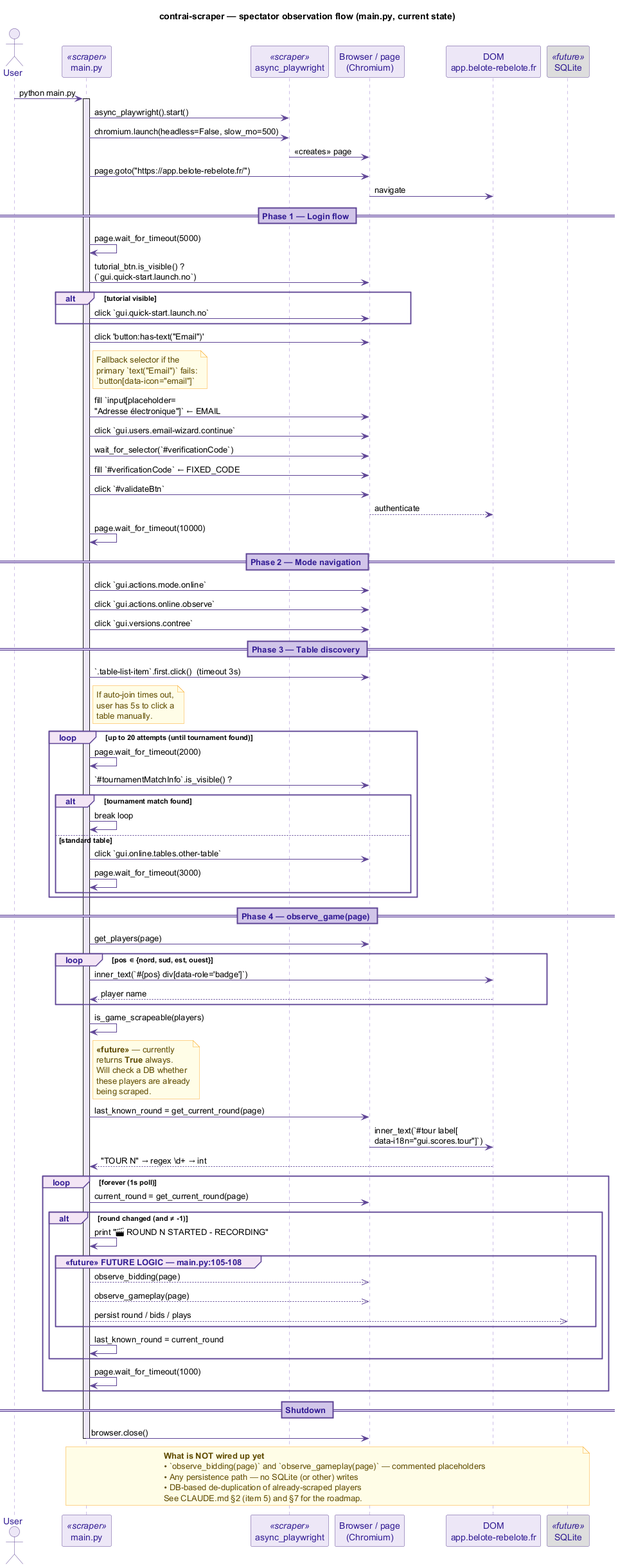
Before: docs/diagrams/seq_scraper.png, a diagram exported from PlantUML (valmathieu/ContrAI). Its diagram source:
```plantuml
@startuml seq_scraper
title contrai-scraper — spectator observation flow (main.py, current state)

skinparam shadowing false
skinparam sequence {
    ArrowColor #5E4495
    LifeLineBorderColor #9B7FCC
    LifeLineBackgroundColor #EDE7F6
    ParticipantBorderColor #5E4495
    ParticipantBackgroundColor #EDE7F6
    ParticipantFontColor #311B92
    ActorBorderColor #5E4495
    ActorBackgroundColor #EDE7F6
    ActorFontColor #311B92
    GroupBorderColor #5E4495
    GroupBackgroundColor #F3E5F5
    GroupHeaderFontColor #311B92
    BoxBorderColor #5E4495
    BoxBackgroundColor #F3E5F5
    DividerBorderColor #5E4495
    DividerBackgroundColor #D1C4E9
    DividerFontColor #311B92
}
skinparam note {
    BackgroundColor #FFFDE7
    BorderColor #F9A825
    FontColor #5F4B00
}

actor "User" as U
participant "main.py" as M <<scraper>>
participant "async_playwright" as P <<scraper>>
participant "Browser / page\n(Chromium)" as B
participant "DOM\napp.belote-rebelote.fr" as D
participant "SQLite" as S <<future>> #DDDDDD

U -> M : python main.py
activate M

M -> P : async_playwright().start()
M -> P : chromium.launch(headless=False, slow_mo=500)
P -> B : <<creates>> page
M -> B : page.goto("https://app.belote-rebelote.fr/")
B -> D : navigate

== Phase 1 — Login flow ==

M -> M : page.wait_for_timeout(5000)
M -> B : tutorial_btn.is_visible() ?\n(`gui.quick-start.launch.no`)
alt tutorial visible
    M -> B : click `gui.quick-start.launch.no`
end

M -> B : click 'button:has-text("Email")'
note right of M
  Fallback selector if the
  primary `text("Email")` fails:
  `button[data-icon="email"]`
end note
M -> B : fill `input[placeholder=\n"Adresse électronique"]` ← EMAIL
M -> B : click `gui.users.email-wizard.continue`
M -> B : wait_for_selector(`#verificationCode`)
M -> B : fill `#verificationCode` ← FIXED_CODE
M -> B : click `#validateBtn`
B --> D : authenticate
M -> M : page.wait_for_timeout(10000)

== Phase 2 — Mode navigation ==

M -> B : click `gui.actions.mode.online`
M -> B : click `gui.actions.online.observe`
M -> B : click `gui.versions.contree`

== Phase 3 — Table discovery ==

M -> B : `.table-list-item`.first.click()  (timeout 3s)
note right of M
  If auto-join times out,
  user has 5s to click a
  table manually.
end note

loop up to 20 attempts (until tournament found)
    M -> M : page.wait_for_timeout(2000)
    M -> B : `#tournamentMatchInfo`.is_visible() ?
    alt tournament match found
        M -> M : break loop
    else standard table
        M -> B : click `gui.online.tables.other-table`
        M -> M : page.wait_for_timeout(3000)
    end
end

== Phase 4 — observe_game(page) ==

M -> B : get_players(page)
loop pos ∈ {nord, sud, est, ouest}
    M -> D : inner_text(`#{pos} div[data-role='badge']`)
    D --> M : player name
end

M -> M : is_game_scrapeable(players)
note right of M
  **<<future>>** — currently
  returns **True** always.
  Will check a DB whether
  these players are already
  being scraped.
end note

M -> B : last_known_round = get_current_round(page)
B -> D : inner_text(`#tour label[\ndata-i18n="gui.scores.tour"]`)
D --> M : "TOUR N" → regex \d+ → int

loop forever (1s poll)
    M -> B : current_round = get_current_round(page)
    alt round changed (and ≠ -1)
        M -> M : print "🎬 ROUND N STARTED - RECORDING"

        group <<future>> FUTURE LOGIC — main.py:105-108
            M -->> B : observe_bidding(page)
            M -->> B : observe_gameplay(page)
            M -->> S : persist round / bids / plays
        end

        M -> M : last_known_round = current_round
    end
    M -> M : page.wait_for_timeout(1000)
end

== Shutdown ==

M -> B : browser.close()
deactivate M

note over M, S
  **What is NOT wired up yet**
  • `observe_bidding(page)` and `observe_gameplay(page)` — commented placeholders
  • Any persistence path — no SQLite (or other) writes
  • DB-based de-duplication of already-scraped players
  See CLAUDE.md §2 (item 5) and §7 for the roadmap.
end note

@enduml
```
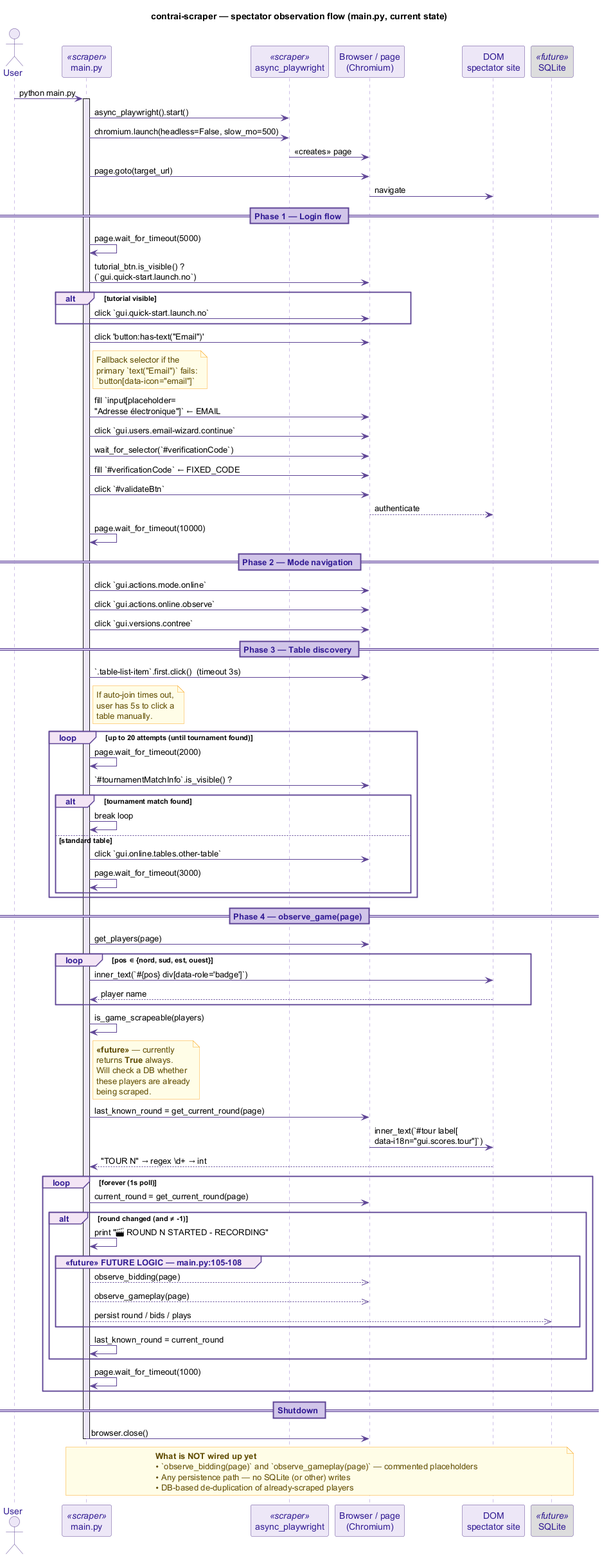
Later version of the same file.

What changed in the source:
```diff
@@ -31,7 +31,7 @@
 participant "main.py" as M <<scraper>>
 participant "async_playwright" as P <<scraper>>
 participant "Browser / page\n(Chromium)" as B
-participant "DOM\napp.belote-rebelote.fr" as D
+participant "DOM\nspectator site" as D
 participant "SQLite" as S <<future>> #DDDDDD
 
 U -> M : python main.py
@@ -40,7 +40,7 @@
 M -> P : async_playwright().start()
 M -> P : chromium.launch(headless=False, slow_mo=500)
 P -> B : <<creates>> page
-M -> B : page.goto("https://app.belote-rebelote.fr/")
+M -> B : page.goto(target_url)
 B -> D : navigate
 
 == Phase 1 — Login flow ==
@@ -138,7 +138,6 @@
   • `observe_bidding(page)` and `observe_gameplay(page)` — commented placeholders
   • Any persistence path — no SQLite (or other) writes
   • DB-based de-duplication of already-scraped players
-  See CLAUDE.md §2 (item 5) and §7 for the roadmap.
 end note
 
 @enduml
```
